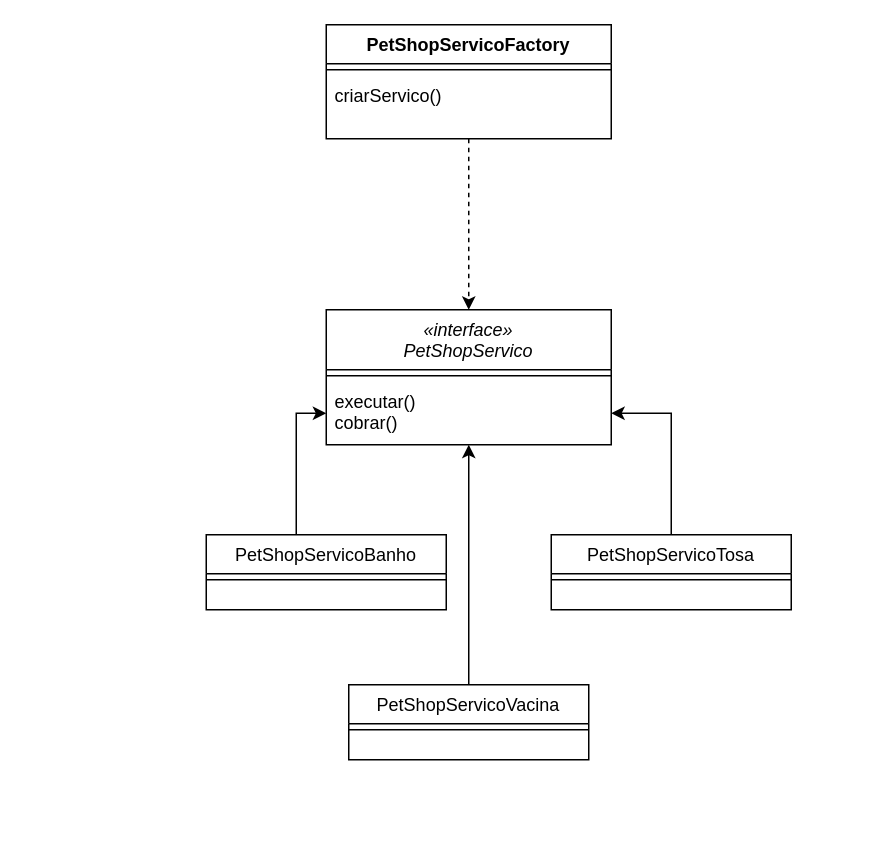
This is Diagrama de classes.drawio from MarcusVsc1/PadraoAbstractFactory, a draw.io file, before an edit. Source tidied: cells renumbered, new cells numbered last; positions are measured from the earlier drawing's top-left corner, leaving out a move shared by most shapes. Both pictures are drawn from the tidied source at 150%, with x=0, y=0 at pixel (206, 24).
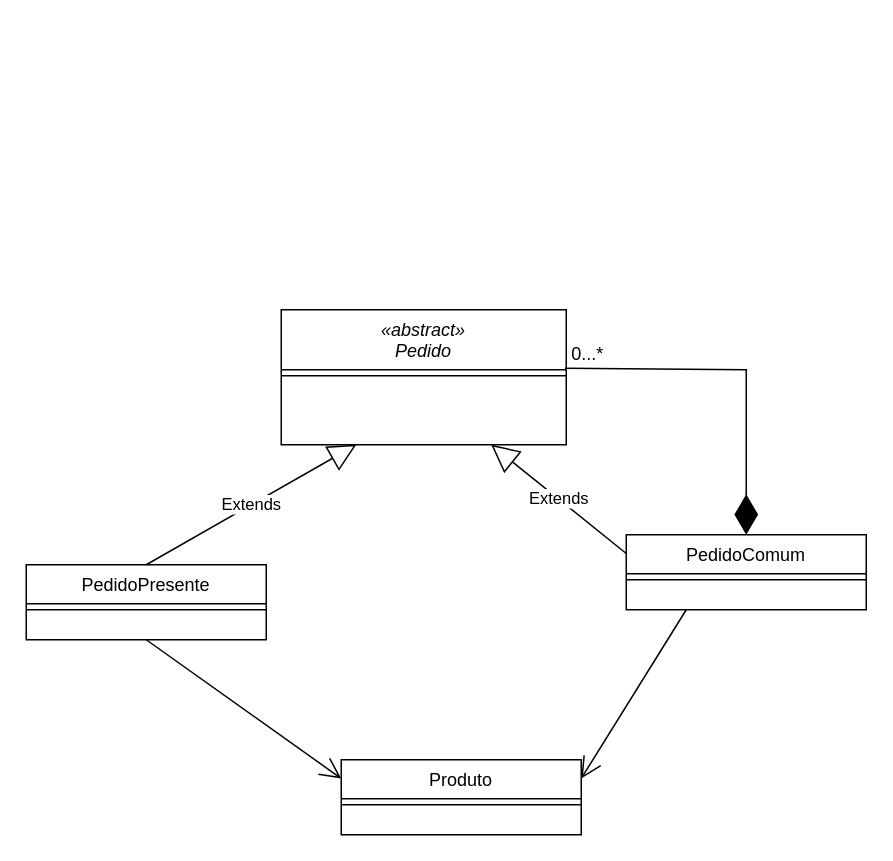
Above is the later version.

Diff of the diagram source:
```diff
@@
 <mxGraphModel>
   <root>
     <mxCell id="0" />
     <mxCell id="1" parent="0" />
-    <mxCell id="2" value="PetShopServicoFactory" style="swimlane;fontStyle=1;align=center;verticalAlign=top;horizontal=1;startSize=26;" parent="1" vertex="1">
-      <mxGeometry x="80" width="190" height="76" as="geometry" />
-    </mxCell>
-    <mxCell id="3" style="line;strokeWidth=1;fillColor=none;align=left;verticalAlign=middle;spacingTop=-1;spacingLeft=3;spacingRight=3;labelPosition=right;strokeColor=inherit;" parent="2" vertex="1">
-      <mxGeometry y="26" width="190" height="8" as="geometry" />
-    </mxCell>
-    <mxCell id="4" value="criarServico()" style="text;strokeColor=none;fillColor=none;align=left;verticalAlign=top;spacingLeft=4;spacingRight=4;overflow=hidden;points=[[0,0.5],[1,0.5]];portConstraint=eastwest;" parent="2" vertex="1">
-      <mxGeometry y="34" width="190" height="42" as="geometry" />
-    </mxCell>
-    <mxCell id="5" value="«interface»&#10;PetShopServico" style="swimlane;fontStyle=2;align=center;verticalAlign=top;horizontal=1;startSize=40;rounded=0;shadow=0;strokeWidth=1;" parent="1" vertex="1">
-      <mxGeometry x="80" y="190" width="190" height="90" as="geometry" />
+    <mxCell id="5" value="«abstract»&#10;Pedido" style="swimlane;fontStyle=2;align=center;verticalAlign=top;horizontal=1;startSize=40;rounded=0;shadow=0;strokeWidth=1;" parent="1" vertex="1">
+      <mxGeometry x="50" y="190" width="190" height="90" as="geometry" />
     </mxCell>
     <mxCell id="6" style="line;html=1;strokeWidth=1;align=left;verticalAlign=middle;spacingTop=-1;spacingLeft=3;spacingRight=3;labelPosition=right;" parent="5" vertex="1">
       <mxGeometry y="40" width="190" height="8" as="geometry" />
     </mxCell>
-    <mxCell id="7" value="executar()&#10;cobrar()" style="text;align=left;verticalAlign=top;spacingLeft=4;spacingRight=4;overflow=hidden;points=[[0,0.5],[1,0.5]];portConstraint=eastwest;" parent="5" vertex="1">
-      <mxGeometry y="48" width="190" height="42" as="geometry" />
-    </mxCell>
-    <mxCell id="8" style="edgeStyle=orthogonalEdgeStyle;rounded=0;jettySize=auto;html=1;entryX=0;entryY=0.5;entryDx=0;entryDy=0;exitX=0.375;exitY=0.04;exitDx=0;exitDy=0;exitPerimeter=0;" parent="1" edge="1" source="9" target="7">
-      <mxGeometry relative="1" as="geometry" />
-    </mxCell>
-    <mxCell id="9" value="PetShopServicoBanho" style="swimlane;fontStyle=0;align=center;verticalAlign=top;horizontal=1;startSize=26;rounded=0;shadow=0;strokeWidth=1;" parent="1" vertex="1">
-      <mxGeometry y="340" width="160" height="50" as="geometry" />
+    <mxCell id="9" value="PedidoPresente" style="swimlane;fontStyle=0;align=center;verticalAlign=top;horizontal=1;startSize=26;rounded=0;shadow=0;strokeWidth=1;" parent="1" vertex="1">
+      <mxGeometry x="-120" y="360" width="160" height="50" as="geometry" />
     </mxCell>
     <mxCell id="10" style="line;html=1;strokeWidth=1;align=left;verticalAlign=middle;spacingTop=-1;spacingLeft=3;spacingRight=3;labelPosition=right;" parent="9" vertex="1">
       <mxGeometry y="26" width="160" height="8" as="geometry" />
     </mxCell>
-    <mxCell id="11" style="edgeStyle=orthogonalEdgeStyle;rounded=0;jettySize=auto;html=1;" parent="1" edge="1" source="12" target="7">
-      <mxGeometry relative="1" as="geometry" />
-    </mxCell>
-    <mxCell id="12" value="PetShopServicoTosa" style="swimlane;fontStyle=0;align=center;verticalAlign=top;horizontal=1;startSize=26;rounded=0;shadow=0;strokeWidth=1;" parent="1" vertex="1">
-      <mxGeometry x="230" y="340" width="160" height="50" as="geometry" />
-    </mxCell>
-    <mxCell id="13" style="line;html=1;strokeWidth=1;align=left;verticalAlign=middle;spacingTop=-1;spacingLeft=3;spacingRight=3;labelPosition=right;" parent="12" vertex="1">
-      <mxGeometry y="26" width="160" height="8" as="geometry" />
-    </mxCell>
-    <mxCell id="14" style="html=1;labelBackgroundColor=#ffffff;startArrow=none;startFill=0;startSize=6;endArrow=classic;endFill=1;endSize=6;jettySize=auto;strokeWidth=1;dashed=1;fontSize=14;rounded=0;entryX=0.5;entryY=0;entryDx=0;entryDy=0;" parent="1" edge="1" source="4" target="5">
-      <mxGeometry relative="1" as="geometry" />
-    </mxCell>
-    <mxCell id="15" style="edgeStyle=orthogonalEdgeStyle;rounded=0;jettySize=auto;html=1;" parent="1" edge="1" source="16" target="7">
-      <mxGeometry relative="1" as="geometry">
-        <Array as="points">
-          <mxPoint x="175" y="300" />
-          <mxPoint x="175" y="300" />
-        </Array>
-      </mxGeometry>
-    </mxCell>
-    <mxCell id="16" value="PetShopServicoVacina" style="swimlane;fontStyle=0;align=center;verticalAlign=top;horizontal=1;startSize=26;rounded=0;shadow=0;strokeWidth=1;" parent="1" vertex="1">
-      <mxGeometry x="95" y="440" width="160" height="50" as="geometry" />
+    <mxCell id="16" value="Produto" style="swimlane;fontStyle=0;align=center;verticalAlign=top;horizontal=1;startSize=26;rounded=0;shadow=0;strokeWidth=1;" parent="1" vertex="1">
+      <mxGeometry x="90" y="490" width="160" height="50" as="geometry" />
     </mxCell>
     <mxCell id="17" style="line;html=1;strokeWidth=1;align=left;verticalAlign=middle;spacingTop=-1;spacingLeft=3;spacingRight=3;labelPosition=right;" parent="16" vertex="1">
       <mxGeometry y="26" width="160" height="8" as="geometry" />
     </mxCell>
+    <mxCell id="18" value="PedidoComum" style="swimlane;fontStyle=0;align=center;verticalAlign=top;horizontal=1;startSize=26;rounded=0;shadow=0;strokeWidth=1;" parent="1" vertex="1">
+      <mxGeometry x="280" y="340" width="160" height="50" as="geometry" />
+    </mxCell>
+    <mxCell id="13" style="line;html=1;strokeWidth=1;align=left;verticalAlign=middle;spacingTop=-1;spacingLeft=3;spacingRight=3;labelPosition=right;" parent="18" vertex="1">
+      <mxGeometry y="26" width="160" height="8" as="geometry" />
+    </mxCell>
+    <mxCell id="19" style="endArrow=diamondThin;endFill=1;endSize=24;html=1;rounded=0;exitX=0.996;exitY=0.433;exitDx=0;exitDy=0;exitPerimeter=0;" parent="1" edge="1" source="5" target="18">
+      <mxGeometry relative="1" as="geometry">
+        <Array as="points">
+          <mxPoint x="360" y="230" />
+        </Array>
+      </mxGeometry>
+    </mxCell>
+    <mxCell id="20" value="Extends" style="endArrow=block;endSize=16;endFill=0;html=1;rounded=0;exitX=0;exitY=0.25;exitDx=0;exitDy=0;" parent="1" edge="1" source="18">
+      <mxGeometry relative="1" as="geometry">
+        <mxPoint x="190" y="280" as="targetPoint" />
+      </mxGeometry>
+    </mxCell>
+    <mxCell id="21" value="Extends" style="endArrow=block;endSize=16;endFill=0;html=1;rounded=0;exitX=0.5;exitY=0;exitDx=0;exitDy=0;" parent="1" edge="1" source="9">
+      <mxGeometry relative="1" as="geometry">
+        <mxPoint x="100" y="280" as="targetPoint" />
+      </mxGeometry>
+    </mxCell>
+    <mxCell id="22" style="endArrow=open;endFill=1;endSize=12;html=1;rounded=0;exitX=0.5;exitY=1;exitDx=0;exitDy=0;entryX=0;entryY=0.25;entryDx=0;entryDy=0;" parent="1" edge="1" source="9" target="16">
+      <mxGeometry relative="1" as="geometry" />
+    </mxCell>
+    <mxCell id="23" style="endArrow=open;endFill=1;endSize=12;html=1;rounded=0;exitX=0.25;exitY=1;exitDx=0;exitDy=0;entryX=1;entryY=0.25;entryDx=0;entryDy=0;" parent="1" edge="1" source="18" target="16">
+      <mxGeometry relative="1" as="geometry" />
+    </mxCell>
+    <mxCell id="24" value="0...*" style="text;html=1;align=center;verticalAlign=middle;strokeColor=none;fillColor=none;" parent="1" vertex="1">
+      <mxGeometry x="234" y="205" width="40" height="30" as="geometry" />
+    </mxCell>
   </root>
 </mxGraphModel>
```
